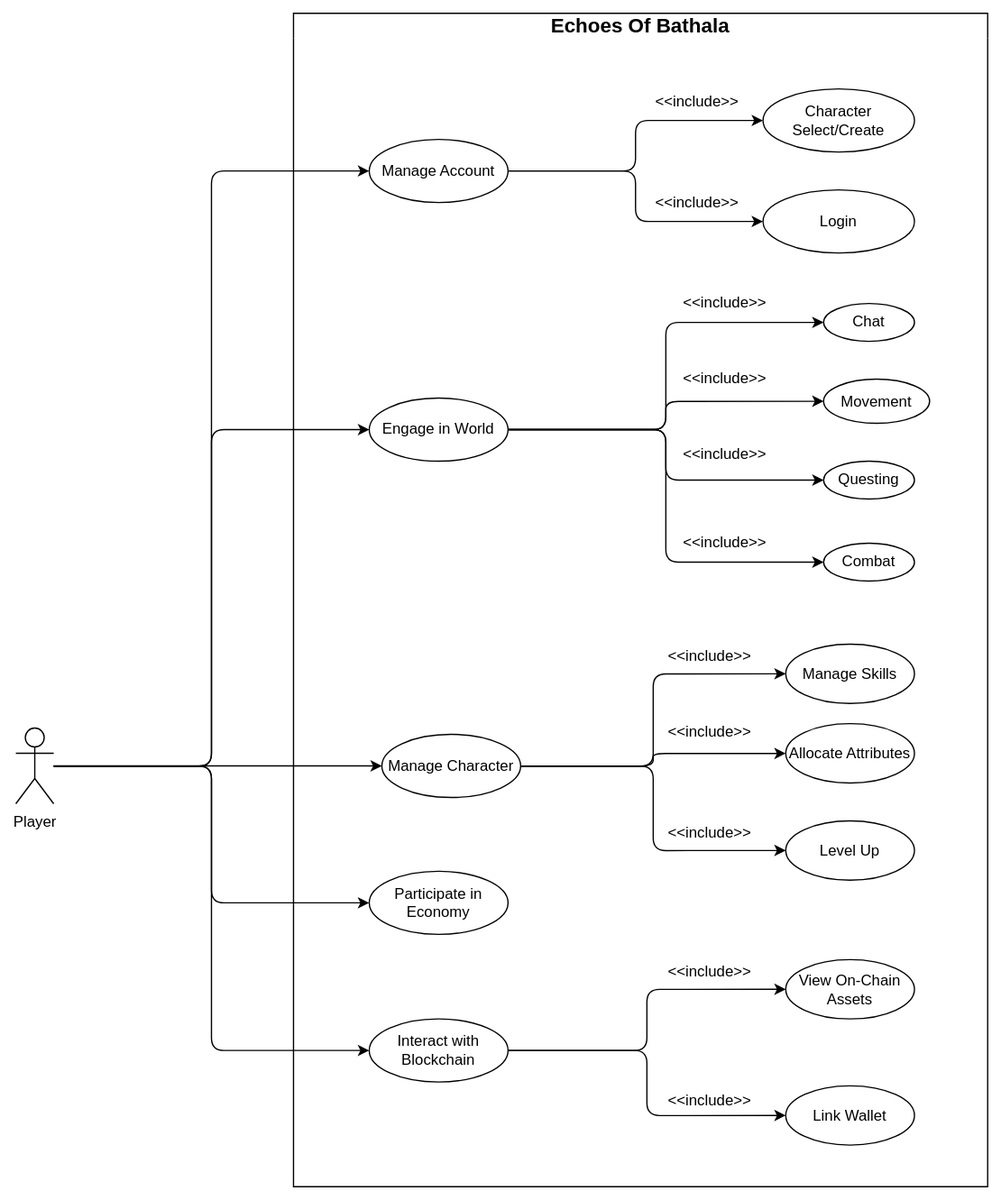
Before: docs/thesis_documentation/assets/usecase/main-use-case.svg, a diagram exported from draw.io (Markism-JA/Echoes-of-Bathala). Source tidied: cells renumbered, new cells last; positions are measured from the earlier drawing's top-left corner, leaving out a move shared by most shapes.
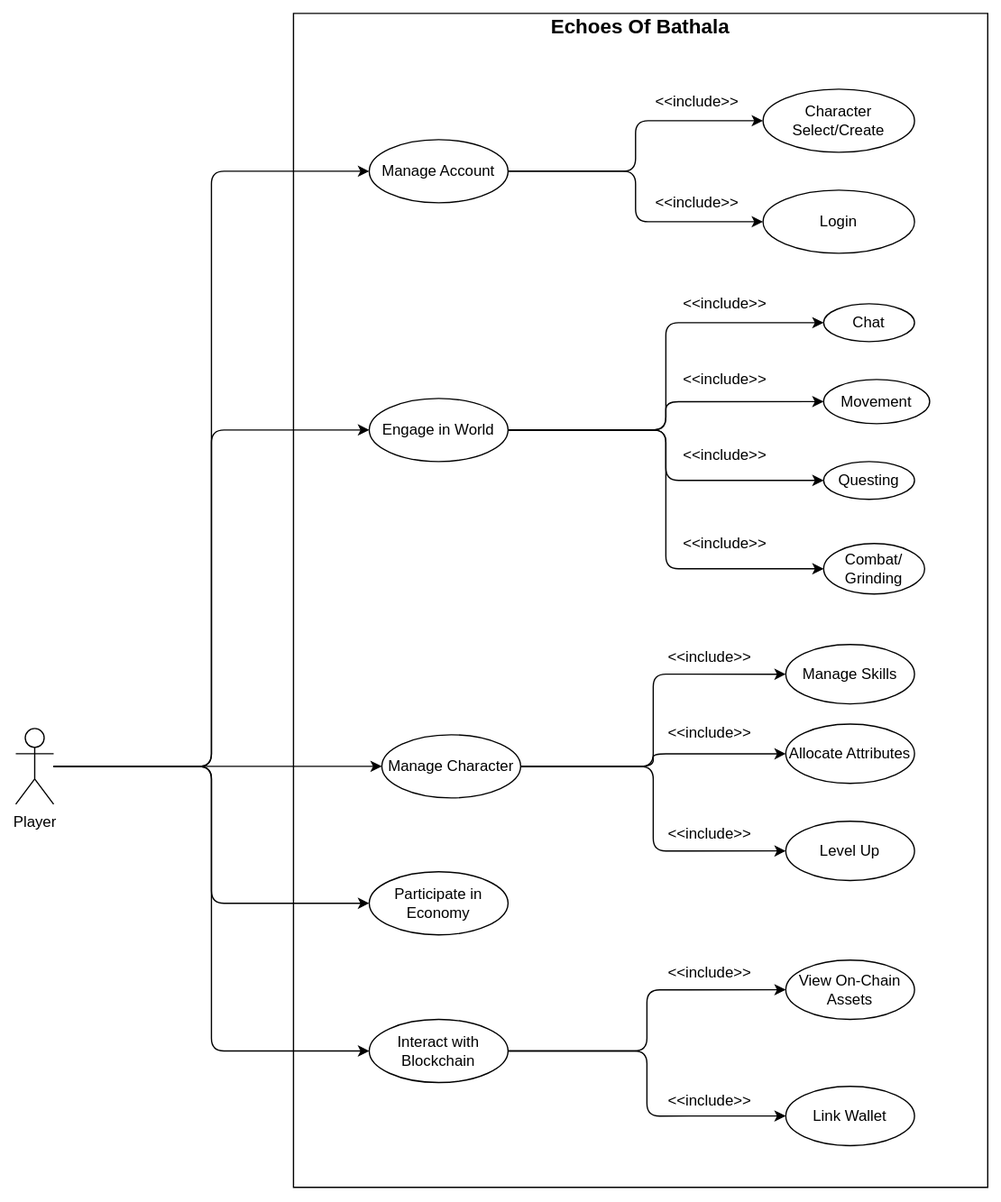
The same file after the commit.

Commit message:
thesis: revise main use case closes #152 (#153)

* Add revise main use case's svg and pdf

* rename to revised version

---------

What changed in the source:
```diff
@@ -89,8 +89,8 @@
     <mxCell id="30" value="Questing" style="ellipse;whiteSpace=wrap;html=1;fillColor=none;" parent="8" vertex="1">
       <mxGeometry x="420" y="355" width="72" height="30" as="geometry" />
     </mxCell>
-    <mxCell id="31" value="Combat" style="ellipse;whiteSpace=wrap;html=1;fillColor=none;" parent="8" vertex="1">
-      <mxGeometry x="420" y="420" width="72" height="30" as="geometry" />
+    <mxCell id="31" value="Combat/ Grinding" style="ellipse;whiteSpace=wrap;html=1;fillColor=none;" parent="8" vertex="1">
+      <mxGeometry x="420" y="420" width="80" height="40" as="geometry" />
     </mxCell>
     <mxCell id="32" value="Manage Skills" style="ellipse;whiteSpace=wrap;html=1;fillColor=none;" parent="8" vertex="1">
       <mxGeometry x="390" y="500" width="102" height="47" as="geometry" />
```
